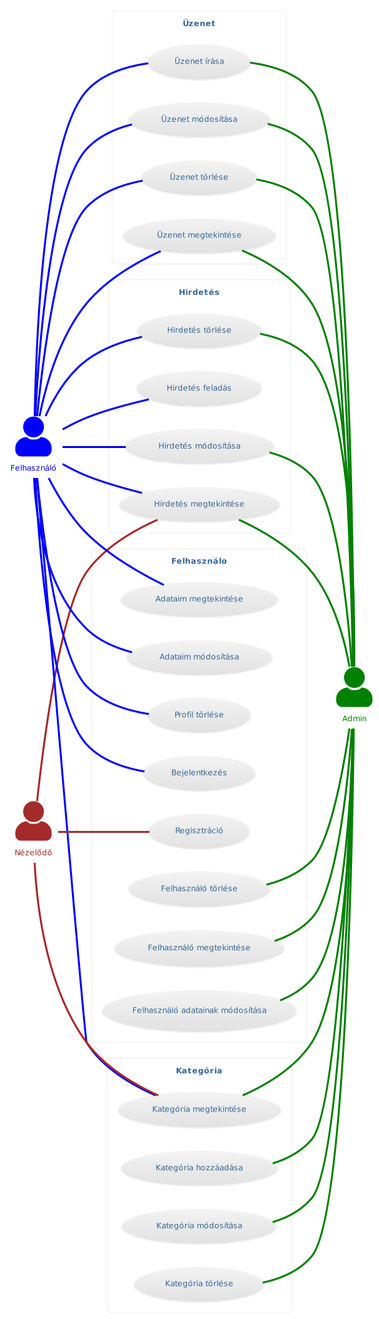
The PlantUML diagram Szakdolgozat/tervezes/useCase.png in rcfr84/Szakdolgozat, before a commit.
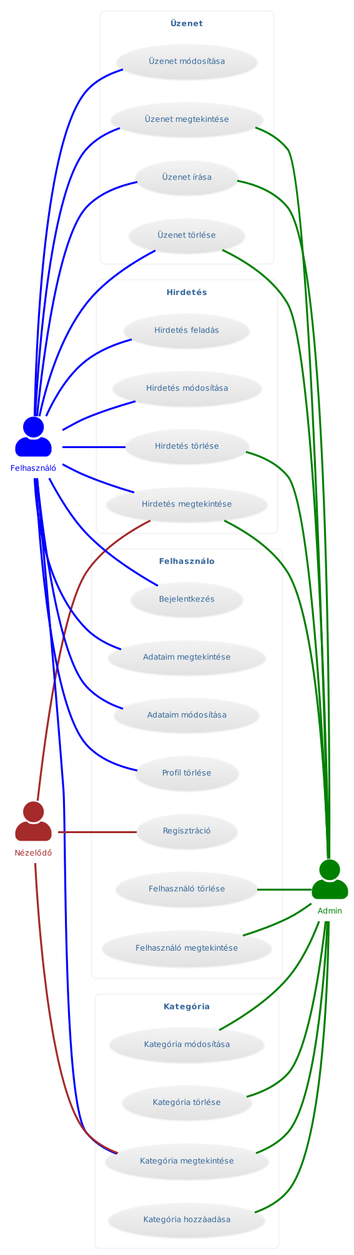
After the commit.

Commit message:
A usecase ábra magyarázat megírása.

Diff of the diagram source:
```diff
@@ -13,7 +13,6 @@
   Felhasználó -- (Hirdetés törlése) #blue;text:blue
   Felhasználó -- (Hirdetés megtekintése) #blue;text:blue
   Nézelődő -- (Hirdetés megtekintése) #brown;text:brown
-  (Hirdetés módosítása) -- Admin  #green;text:green
   (Hirdetés törlése) -- Admin #green;text:green
   (Hirdetés megtekintése) -- Admin #green;text:green
 }
@@ -25,7 +24,6 @@
   Felhasználó -- (Üzenet megtekintése) #blue;text:blue
   (Üzenet írása) -- Admin #green;text:green
   (Üzenet megtekintése) -- Admin #green;text:green
-  (Üzenet módosítása) -- Admin #green;text:green
   (Üzenet törlése) -- Admin #green;text:green
 }
 
@@ -44,7 +42,6 @@
   Felhasználó -- (Profil törlése) #blue;text:blue
   Felhasználó -- (Bejelentkezés) #blue;text:blue
   Nézelődő -- (Regisztráció) #brown;text:brown
-  (Felhasználó adatainak módosítása) -- Admin #green;text:green
   (Felhasználó törlése) -- Admin #green;text:green
   (Felhasználó megtekintése) -- Admin #green;text:green
 }
```
